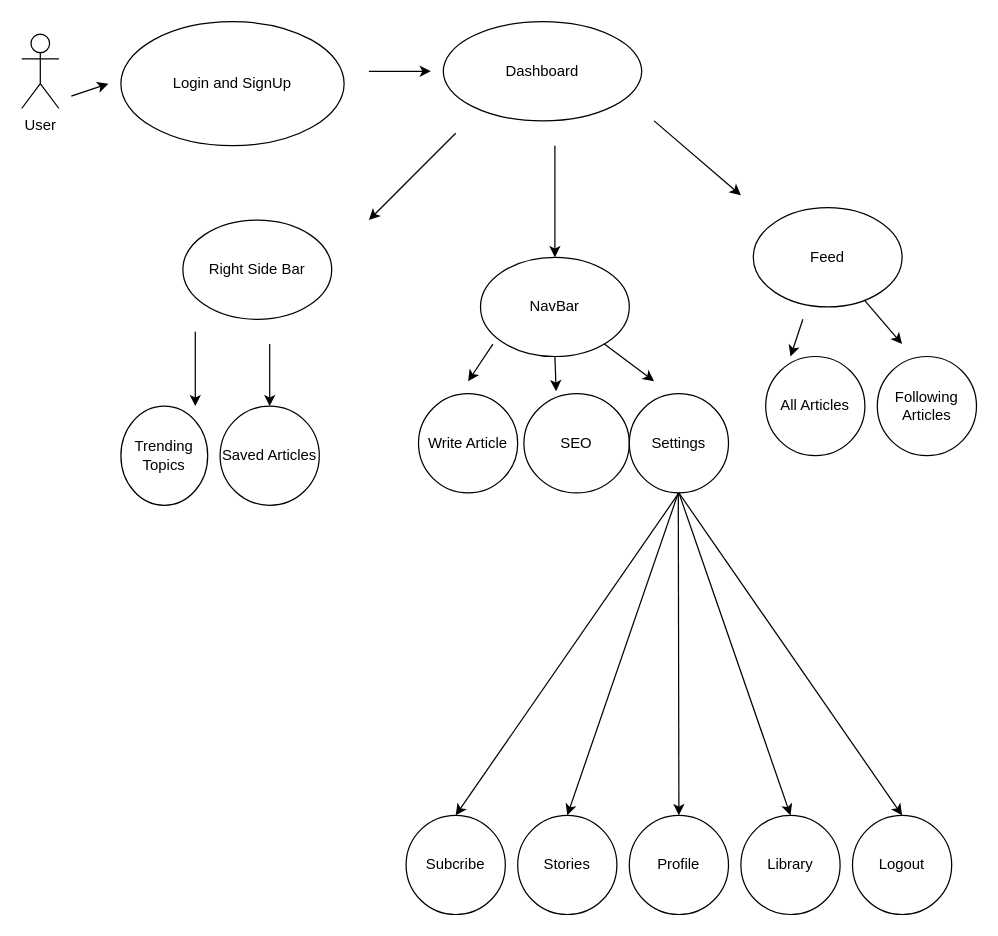
Before: Untitled Diagram.drawio in dhanush77777/MindScribe, a draw.io diagram. Source tidied: cells renumbered, new cells numbered last; positions are measured from the earlier drawing's top-left corner, leaving out a move shared by most shapes. Both pictures are drawn from the tidied source at 124%, with x=0, y=0 at pixel (21, 21).
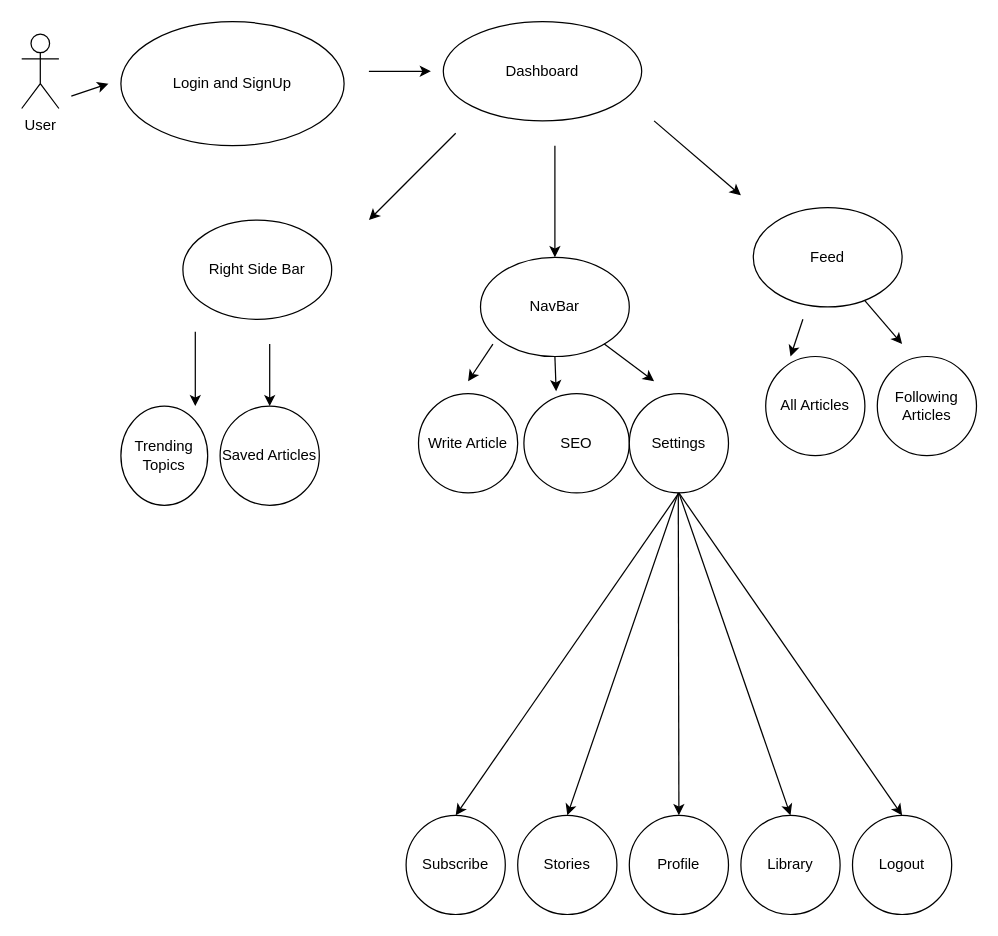
Above is the later version.

Commit message:
Updated Spelling of Subscribe

The edit, as a diff of the source:
```diff
@@
-    <mxCell id="38" value="Subcribe" style="ellipse;whiteSpace=wrap;html=1;" parent="1" vertex="1">
+    <mxCell id="38" value="Subscribe" style="ellipse;whiteSpace=wrap;html=1;" parent="1" vertex="1">
       <mxGeometry x="310" y="640" width="80" height="80" as="geometry" />
     </mxCell>
```
